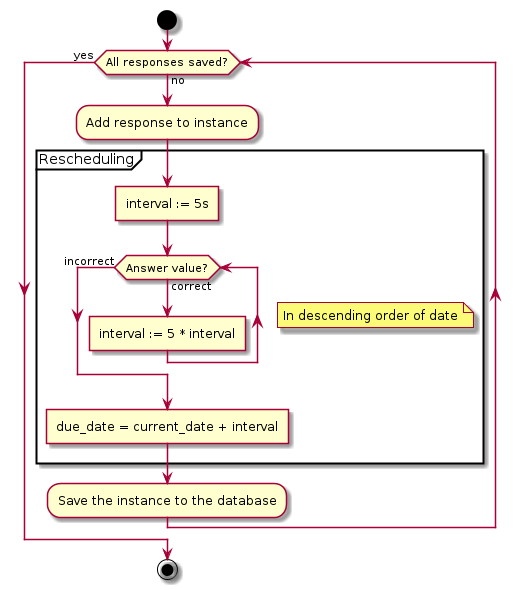
The PlantUML diagram img/learningserver.png in mcvdenk/MasterThesis, before a commit.
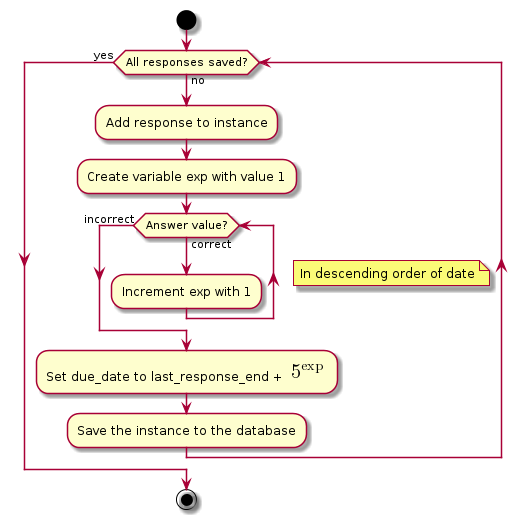
The same diagram one commit later.

Diff of the diagram source:
```diff
@@ -3,14 +3,12 @@
 start
 while (All responses saved?) is (no)
 :Add response to instance;
-partition Rescheduling {
-:interval := 5s]
+:Create variable exp with value 1;
 while (Answer value?) is (correct)
 floating note right: In descending order of date
-:interval := 5 * interval]
+:Increment exp with 1;
 endwhile (incorrect)
-:due_date = current_date + interval]
-}
+:Set due_date to last_response_end + <math>5^exp</math>;
 :Save the instance to the database;
 endwhile (yes)
 stop
```
